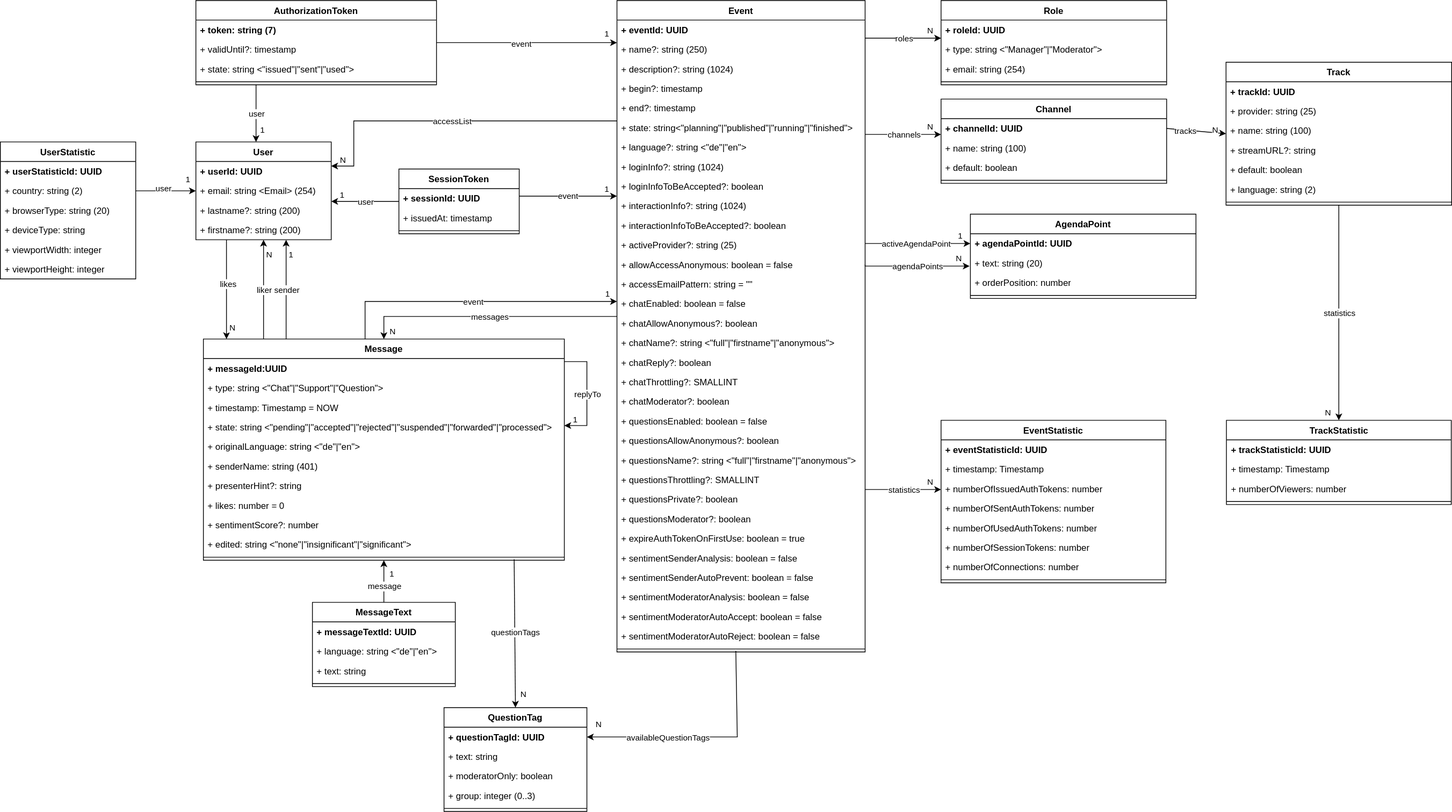
Above: doc/2-specification-datamodel.svg in rse/broadcast (draw.io), before the change. Source tidied: cells renumbered, new cells last; positions are measured from the earlier drawing's top-left corner, leaving out a move shared by most shapes.
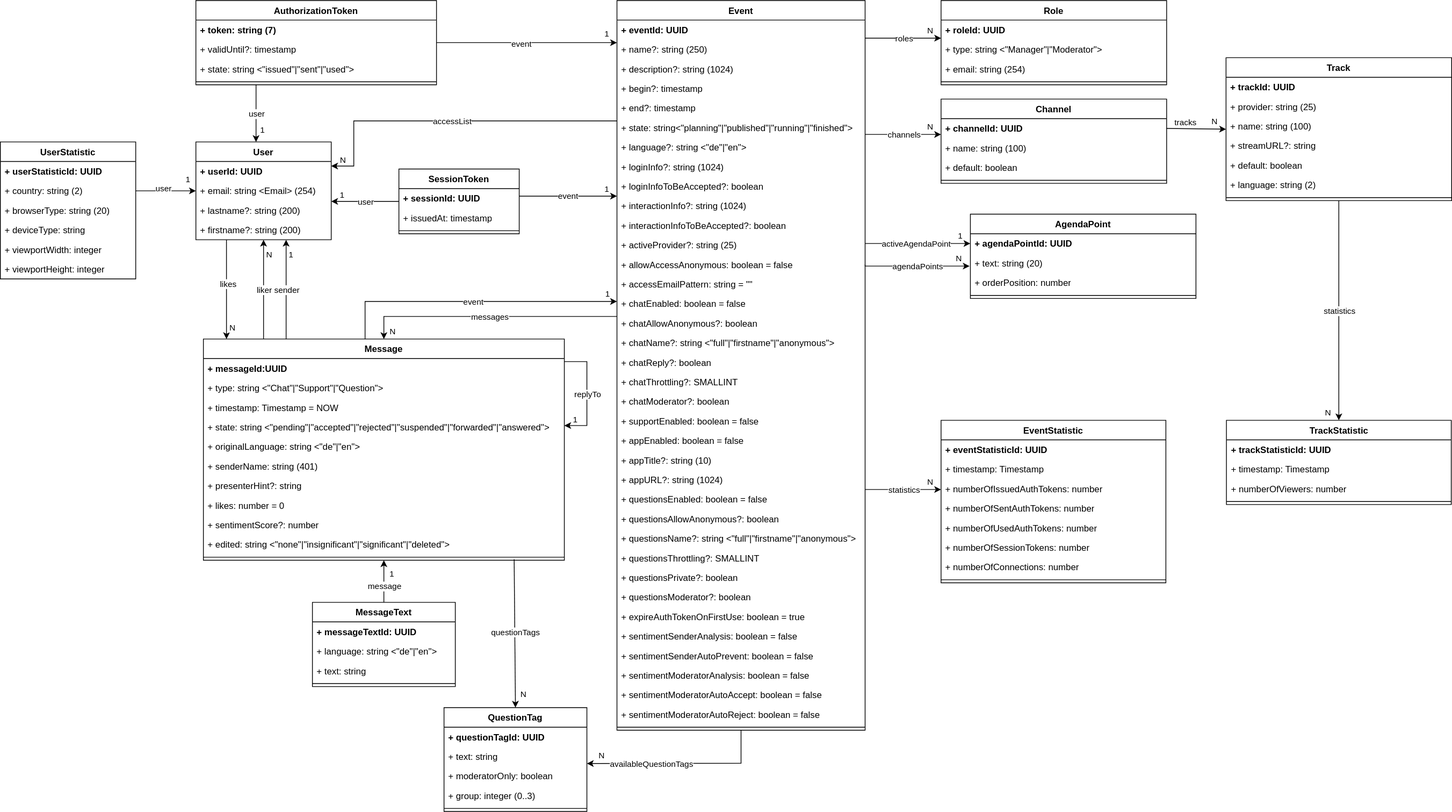
After the change.

The edit, as a diff of the source:
```diff
@@ -41,7 +41,7 @@
     <mxCell id="14" value="+ timestamp: Timestamp = NOW" style="text;strokeColor=none;fillColor=none;align=left;verticalAlign=top;spacingLeft=4;spacingRight=4;overflow=hidden;whiteSpace=wrap;html=1;" parent="11" vertex="1">
       <mxGeometry y="78" width="480" height="26" as="geometry" />
     </mxCell>
-    <mxCell id="15" value="+ state: string &amp;lt;&quot;pending&quot;|&quot;accepted&quot;|&quot;rejected&quot;|&quot;suspended&quot;|&quot;forwarded&quot;|&quot;processed&quot;&amp;gt;" style="text;strokeColor=none;fillColor=none;align=left;verticalAlign=top;spacingLeft=4;spacingRight=4;overflow=hidden;whiteSpace=wrap;html=1;" parent="11" vertex="1">
+    <mxCell id="15" value="+ state: string &amp;lt;&quot;pending&quot;|&quot;accepted&quot;|&quot;rejected&quot;|&quot;suspended&quot;|&quot;forwarded&quot;|&quot;answered&quot;&amp;gt;" style="text;strokeColor=none;fillColor=none;align=left;verticalAlign=top;spacingLeft=4;spacingRight=4;overflow=hidden;whiteSpace=wrap;html=1;" parent="11" vertex="1">
       <mxGeometry y="104" width="480" height="26" as="geometry" />
     </mxCell>
     <mxCell id="16" value="+ originalLanguage: string &amp;lt;&quot;de&quot;|&quot;en&quot;&amp;gt;" style="text;strokeColor=none;fillColor=none;align=left;verticalAlign=top;spacingLeft=4;spacingRight=4;overflow=hidden;whiteSpace=wrap;html=1;" parent="11" vertex="1">
@@ -59,7 +59,7 @@
     <mxCell id="20" value="+ sentimentScore?: number" style="text;strokeColor=none;fillColor=none;align=left;verticalAlign=top;spacingLeft=4;spacingRight=4;overflow=hidden;whiteSpace=wrap;html=1;" parent="11" vertex="1">
       <mxGeometry y="234" width="480" height="26" as="geometry" />
     </mxCell>
-    <mxCell id="21" value="+ edited: string &amp;lt;&quot;none&quot;|&quot;insignificant&quot;|&quot;significant&quot;&amp;gt;" style="text;strokeColor=none;fillColor=none;align=left;verticalAlign=top;spacingLeft=4;spacingRight=4;overflow=hidden;whiteSpace=wrap;html=1;" parent="11" vertex="1">
+    <mxCell id="21" value="+ edited: string &amp;lt;&quot;none&quot;|&quot;insignificant&quot;|&quot;significant&quot;|&quot;deleted&quot;&amp;gt;" style="text;strokeColor=none;fillColor=none;align=left;verticalAlign=top;spacingLeft=4;spacingRight=4;overflow=hidden;whiteSpace=wrap;html=1;" parent="11" vertex="1">
       <mxGeometry y="260" width="480" height="26" as="geometry" />
     </mxCell>
     <mxCell id="22" style="line;strokeWidth=1;fillColor=none;align=left;verticalAlign=middle;spacingTop=-1;spacingLeft=3;spacingRight=3;labelPosition=right;points=[];portConstraint=eastwest;strokeColor=inherit;" parent="11" vertex="1">
@@ -267,7 +267,7 @@
       </mxGeometry>
     </mxCell>
     <mxCell id="69" value="Event" style="swimlane;fontStyle=1;align=center;verticalAlign=top;horizontal=1;startSize=26;whiteSpace=wrap;html=1;" parent="1" vertex="1">
-      <mxGeometry x="820" width="330" height="866" as="geometry" />
+      <mxGeometry x="820" width="330" height="970" as="geometry" />
     </mxCell>
     <mxCell id="70" value="&lt;b&gt;+ eventId: UUID&lt;/b&gt;" style="text;strokeColor=none;fillColor=none;align=left;verticalAlign=top;spacingLeft=4;spacingRight=4;overflow=hidden;whiteSpace=wrap;html=1;" parent="69" vertex="1">
       <mxGeometry y="26" width="330" height="26" as="geometry" />
@@ -329,44 +329,56 @@
     <mxCell id="89" value="+ chatModerator?: boolean" style="text;strokeColor=none;fillColor=none;align=left;verticalAlign=top;spacingLeft=4;spacingRight=4;overflow=hidden;whiteSpace=wrap;html=1;" parent="69" vertex="1">
       <mxGeometry y="520" width="330" height="26" as="geometry" />
     </mxCell>
-    <mxCell id="90" value="+ questionsEnabled: boolean = false" style="text;strokeColor=none;fillColor=none;align=left;verticalAlign=top;spacingLeft=4;spacingRight=4;overflow=hidden;whiteSpace=wrap;html=1;" parent="69" vertex="1">
+    <mxCell id="90" value="+ supportEnabled: boolean = false" style="text;strokeColor=none;fillColor=none;align=left;verticalAlign=top;spacingLeft=4;spacingRight=4;overflow=hidden;whiteSpace=wrap;html=1;" parent="69" vertex="1">
       <mxGeometry y="546" width="330" height="26" as="geometry" />
     </mxCell>
+    <mxCell id="182" value="+ appEnabled: boolean = false" style="text;strokeColor=none;fillColor=none;align=left;verticalAlign=top;spacingLeft=4;spacingRight=4;overflow=hidden;whiteSpace=wrap;html=1;" parent="69" vertex="1">
+      <mxGeometry y="572" width="330" height="26" as="geometry" />
+    </mxCell>
+    <mxCell id="183" value="+ appTitle?: string (10)" style="text;strokeColor=none;fillColor=none;align=left;verticalAlign=top;spacingLeft=4;spacingRight=4;overflow=hidden;whiteSpace=wrap;html=1;" parent="69" vertex="1">
+      <mxGeometry y="598" width="330" height="26" as="geometry" />
+    </mxCell>
+    <mxCell id="184" value="+ appURL?: string (1024)" style="text;strokeColor=none;fillColor=none;align=left;verticalAlign=top;spacingLeft=4;spacingRight=4;overflow=hidden;whiteSpace=wrap;html=1;" parent="69" vertex="1">
+      <mxGeometry y="624" width="330" height="26" as="geometry" />
+    </mxCell>
+    <mxCell id="185" value="+ questionsEnabled: boolean = false" style="text;strokeColor=none;fillColor=none;align=left;verticalAlign=top;spacingLeft=4;spacingRight=4;overflow=hidden;whiteSpace=wrap;html=1;" parent="69" vertex="1">
+      <mxGeometry y="650" width="330" height="26" as="geometry" />
+    </mxCell>
     <mxCell id="91" value="+ questionsAllowAnonymous?: boolean" style="text;strokeColor=none;fillColor=none;align=left;verticalAlign=top;spacingLeft=4;spacingRight=4;overflow=hidden;whiteSpace=wrap;html=1;" parent="69" vertex="1">
-      <mxGeometry y="572" width="330" height="26" as="geometry" />
+      <mxGeometry y="676" width="330" height="26" as="geometry" />
     </mxCell>
     <mxCell id="92" value="+ questionsName?: string &amp;lt;&quot;full&quot;|&quot;firstname&quot;|&quot;anonymous&quot;&amp;gt;" style="text;strokeColor=none;fillColor=none;align=left;verticalAlign=top;spacingLeft=4;spacingRight=4;overflow=hidden;whiteSpace=wrap;html=1;" parent="69" vertex="1">
-      <mxGeometry y="598" width="330" height="26" as="geometry" />
+      <mxGeometry y="702" width="330" height="26" as="geometry" />
     </mxCell>
     <mxCell id="93" value="+ questionsThrottling?: SMALLINT" style="text;strokeColor=none;fillColor=none;align=left;verticalAlign=top;spacingLeft=4;spacingRight=4;overflow=hidden;whiteSpace=wrap;html=1;" parent="69" vertex="1">
-      <mxGeometry y="624" width="330" height="26" as="geometry" />
+      <mxGeometry y="728" width="330" height="26" as="geometry" />
     </mxCell>
     <mxCell id="94" value="+ questionsPrivate?: boolean" style="text;strokeColor=none;fillColor=none;align=left;verticalAlign=top;spacingLeft=4;spacingRight=4;overflow=hidden;whiteSpace=wrap;html=1;" parent="69" vertex="1">
-      <mxGeometry y="650" width="330" height="26" as="geometry" />
+      <mxGeometry y="754" width="330" height="26" as="geometry" />
     </mxCell>
     <mxCell id="95" value="+ questionsModerator?: boolean" style="text;strokeColor=none;fillColor=none;align=left;verticalAlign=top;spacingLeft=4;spacingRight=4;overflow=hidden;whiteSpace=wrap;html=1;" parent="69" vertex="1">
-      <mxGeometry y="676" width="330" height="26" as="geometry" />
+      <mxGeometry y="780" width="330" height="26" as="geometry" />
     </mxCell>
     <mxCell id="96" value="+ expireAuthTokenOnFirstUse: boolean = true" style="text;strokeColor=none;fillColor=none;align=left;verticalAlign=top;spacingLeft=4;spacingRight=4;overflow=hidden;whiteSpace=wrap;html=1;" parent="69" vertex="1">
-      <mxGeometry y="702" width="330" height="26" as="geometry" />
+      <mxGeometry y="806" width="330" height="26" as="geometry" />
     </mxCell>
     <mxCell id="97" value="+ sentimentSenderAnalysis: boolean = false" style="text;strokeColor=none;fillColor=none;align=left;verticalAlign=top;spacingLeft=4;spacingRight=4;overflow=hidden;whiteSpace=wrap;html=1;" parent="69" vertex="1">
-      <mxGeometry y="728" width="330" height="26" as="geometry" />
+      <mxGeometry y="832" width="330" height="26" as="geometry" />
     </mxCell>
     <mxCell id="98" value="+ sentimentSenderAutoPrevent: boolean = false" style="text;strokeColor=none;fillColor=none;align=left;verticalAlign=top;spacingLeft=4;spacingRight=4;overflow=hidden;whiteSpace=wrap;html=1;" parent="69" vertex="1">
-      <mxGeometry y="754" width="330" height="26" as="geometry" />
+      <mxGeometry y="858" width="330" height="26" as="geometry" />
     </mxCell>
     <mxCell id="99" value="+ sentimentModeratorAnalysis: boolean = false" style="text;strokeColor=none;fillColor=none;align=left;verticalAlign=top;spacingLeft=4;spacingRight=4;overflow=hidden;whiteSpace=wrap;html=1;" parent="69" vertex="1">
-      <mxGeometry y="780" width="330" height="26" as="geometry" />
+      <mxGeometry y="884" width="330" height="26" as="geometry" />
     </mxCell>
     <mxCell id="100" value="+ sentimentModeratorAutoAccept: boolean = false" style="text;strokeColor=none;fillColor=none;align=left;verticalAlign=top;spacingLeft=4;spacingRight=4;overflow=hidden;whiteSpace=wrap;html=1;" parent="69" vertex="1">
-      <mxGeometry y="806" width="330" height="26" as="geometry" />
+      <mxGeometry y="910" width="330" height="26" as="geometry" />
     </mxCell>
     <mxCell id="101" value="+ sentimentModeratorAutoReject: boolean = false" style="text;strokeColor=none;fillColor=none;align=left;verticalAlign=top;spacingLeft=4;spacingRight=4;overflow=hidden;whiteSpace=wrap;html=1;" parent="69" vertex="1">
-      <mxGeometry y="832" width="330" height="26" as="geometry" />
+      <mxGeometry y="936" width="330" height="26" as="geometry" />
     </mxCell>
     <mxCell id="102" style="line;strokeWidth=1;fillColor=none;align=left;verticalAlign=middle;spacingTop=-1;spacingLeft=3;spacingRight=3;labelPosition=right;points=[];portConstraint=eastwest;strokeColor=inherit;" parent="69" vertex="1">
-      <mxGeometry y="858" width="330" height="8" as="geometry" />
+      <mxGeometry y="962" width="330" height="8" as="geometry" />
     </mxCell>
     <mxCell id="103" style="endArrow=classic;html=1;rounded=0;edgeStyle=orthogonalEdgeStyle;" parent="1" edge="1" source="11" target="36">
       <mxGeometry relative="1" as="geometry">
@@ -534,10 +546,11 @@
     <mxCell id="143" style="line;strokeWidth=1;fillColor=none;align=left;verticalAlign=middle;spacingTop=-1;spacingLeft=3;spacingRight=3;labelPosition=right;strokeColor=inherit;" parent="138" vertex="1">
       <mxGeometry y="130" width="190" height="8" as="geometry" />
     </mxCell>
-    <mxCell id="144" style="endArrow=classic;html=1;rounded=0;entryX=1;entryY=0.5;entryDx=0;entryDy=0;exitX=0.479;exitY=0.807;exitDx=0;exitDy=0;exitPerimeter=0;" parent="1" edge="1" source="102" target="139">
+    <mxCell id="144" style="endArrow=classic;html=1;rounded=0;entryX=1;entryY=0.5;entryDx=0;entryDy=0;exitX=0.5;exitY=1;exitDx=0;exitDy=0;" parent="1" edge="1" source="69">
       <mxGeometry relative="1" as="geometry">
+        <mxPoint x="780" y="1014.3" as="targetPoint" />
         <Array as="points">
-          <mxPoint x="980" y="979" />
+          <mxPoint x="985" y="1014" />
         </Array>
       </mxGeometry>
     </mxCell>
@@ -551,13 +564,15 @@
       <mxGeometry x="-0.02" relative="1" as="geometry" />
     </mxCell>
     <mxCell id="148" value="N" style="edgeLabel;html=1;align=right;verticalAlign=bottom;" parent="1" vertex="1">
-      <mxGeometry x="800" y="970" as="geometry" />
+      <mxGeometry x="803" y="974" as="geometry">
+        <mxPoint x="1" y="38" as="offset" />
+      </mxGeometry>
     </mxCell>
     <mxCell id="149" value="N" style="edgeLabel;html=1;align=right;verticalAlign=bottom;" parent="1" vertex="1">
       <mxGeometry x="700" y="930" as="geometry" />
     </mxCell>
     <mxCell id="150" value="Track" style="swimlane;fontStyle=1;align=center;verticalAlign=top;horizontal=1;startSize=26;whiteSpace=wrap;html=1;" parent="1" vertex="1">
-      <mxGeometry x="1630" y="82" width="300" height="190" as="geometry" />
+      <mxGeometry x="1630" y="76" width="300" height="190" as="geometry" />
     </mxCell>
     <mxCell id="151" value="&lt;b&gt;+ trackId: UUID&lt;/b&gt;" style="text;strokeColor=none;fillColor=none;align=left;verticalAlign=top;spacingLeft=4;spacingRight=4;overflow=hidden;whiteSpace=wrap;html=1;" parent="150" vertex="1">
       <mxGeometry y="26" width="300" height="26" as="geometry" />
@@ -584,10 +599,12 @@
       <mxGeometry relative="1" as="geometry" />
     </mxCell>
     <mxCell id="159" value="tracks" style="edgeLabel;html=1;align=center;verticalAlign=middle;" parent="158" vertex="1">
-      <mxGeometry x="-0.37" y="-1" relative="1" as="geometry" />
+      <mxGeometry x="-0.37" y="-1" relative="1" as="geometry">
+        <mxPoint y="-10" as="offset" />
+      </mxGeometry>
     </mxCell>
     <mxCell id="160" value="N" style="edgeLabel;html=1;align=right;verticalAlign=bottom;" parent="1" vertex="1">
-      <mxGeometry x="1620" y="180" as="geometry" />
+      <mxGeometry x="1619" y="169" as="geometry" />
     </mxCell>
     <mxCell id="161" value="UserStatistic" style="swimlane;fontStyle=1;align=center;verticalAlign=top;horizontal=1;startSize=26;whiteSpace=wrap;html=1;" parent="1" vertex="1">
       <mxGeometry y="188" width="180" height="182" as="geometry" />
```
